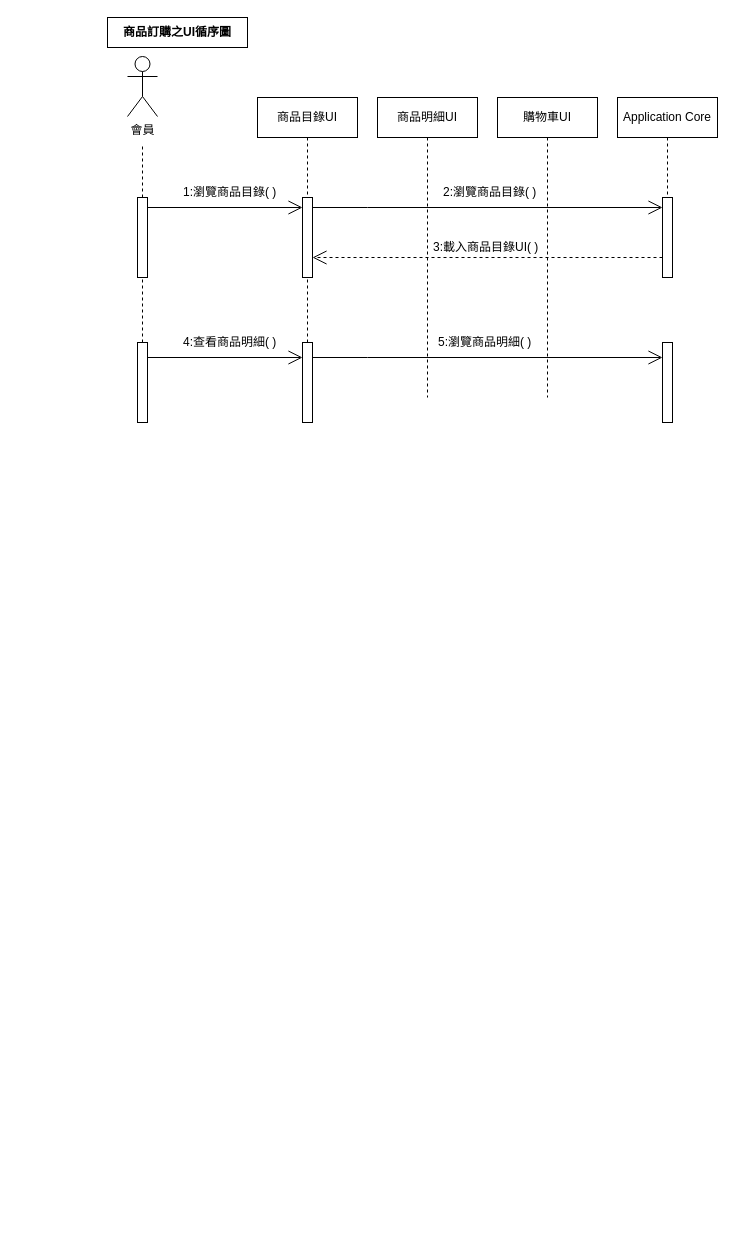
The draw.io diagram 未命名绘图.drawio in odcs0320/blog, before the edit. Source tidied: cells renumbered, new cells numbered last; positions are measured from the earlier drawing's top-left corner, leaving out a move shared by most shapes. Both pictures are drawn from the tidied source at 100%, with x=0, y=0 at pixel (107, 17).
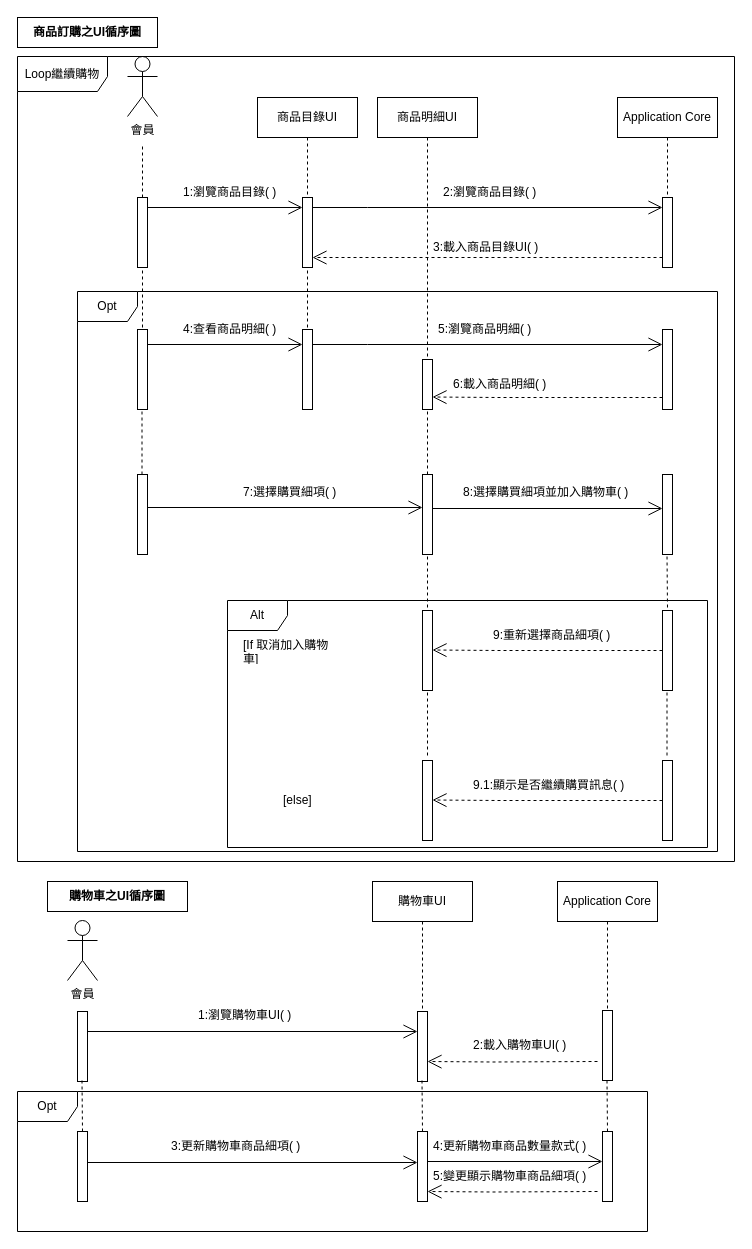
The same page after the edit.

Commit message:
更新未命名绘图.drawio

Diff of the diagram source:
```diff
@@
     <mxCell id="3" value="商品訂購之UI循序圖" style="fontStyle=1;whiteSpace=wrap;html=1;" parent="1" vertex="1">
-      <mxGeometry width="140" height="30" as="geometry" />
+      <mxGeometry x="-90" width="140" height="30" as="geometry" />
     </mxCell>
     <mxCell id="4" style="html=1;points=[];perimeter=orthogonalPerimeter;outlineConnect=0;targetShapes=umlLifeline;portConstraint=eastwest;newEdgeStyle={&quot;edgeStyle&quot;:&quot;elbowEdgeStyle&quot;,&quot;elbow&quot;:&quot;vertical&quot;,&quot;curved&quot;:0,&quot;rounded&quot;:0};" parent="1" vertex="1">
-      <mxGeometry x="30" y="180" width="10" height="80" as="geometry" />
+      <mxGeometry x="30" y="180" width="10" height="70" as="geometry" />
     </mxCell>
@@
     <mxCell id="9" value="商品明細UI" style="shape=umlLifeline;perimeter=lifelinePerimeter;whiteSpace=wrap;html=1;newEdgeStyle={&quot;edgeStyle&quot;:&quot;elbowEdgeStyle&quot;,&quot;elbow&quot;:&quot;vertical&quot;,&quot;curved&quot;:0,&quot;rounded&quot;:0};" parent="1" vertex="1">
-      <mxGeometry x="270" y="80" width="100" height="300" as="geometry" />
+      <mxGeometry x="270" y="80" width="100" height="260" as="geometry" />
     </mxCell>
-    <mxCell id="10" value="購物車UI" style="shape=umlLifeline;perimeter=lifelinePerimeter;whiteSpace=wrap;html=1;newEdgeStyle={&quot;edgeStyle&quot;:&quot;elbowEdgeStyle&quot;,&quot;elbow&quot;:&quot;vertical&quot;,&quot;curved&quot;:0,&quot;rounded&quot;:0};" parent="1" vertex="1">
-      <mxGeometry x="390" y="80" width="100" height="300" as="geometry" />
-    </mxCell>
@@
     <mxCell id="12" style="html=1;points=[];perimeter=orthogonalPerimeter;outlineConnect=0;targetShapes=umlLifeline;portConstraint=eastwest;newEdgeStyle={&quot;edgeStyle&quot;:&quot;elbowEdgeStyle&quot;,&quot;elbow&quot;:&quot;vertical&quot;,&quot;curved&quot;:0,&quot;rounded&quot;:0};" parent="1" vertex="1">
-      <mxGeometry x="195" y="180" width="10" height="80" as="geometry" />
+      <mxGeometry x="195" y="180" width="10" height="70" as="geometry" />
     </mxCell>
     <mxCell id="13" style="html=1;points=[];perimeter=orthogonalPerimeter;outlineConnect=0;targetShapes=umlLifeline;portConstraint=eastwest;newEdgeStyle={&quot;edgeStyle&quot;:&quot;elbowEdgeStyle&quot;,&quot;elbow&quot;:&quot;vertical&quot;,&quot;curved&quot;:0,&quot;rounded&quot;:0};" parent="1" vertex="1">
-      <mxGeometry x="555" y="180" width="10" height="80" as="geometry" />
+      <mxGeometry x="555" y="180" width="10" height="70" as="geometry" />
     </mxCell>
@@
     <mxCell id="18" style="html=1;points=[];perimeter=orthogonalPerimeter;outlineConnect=0;targetShapes=umlLifeline;portConstraint=eastwest;newEdgeStyle={&quot;edgeStyle&quot;:&quot;elbowEdgeStyle&quot;,&quot;elbow&quot;:&quot;vertical&quot;,&quot;curved&quot;:0,&quot;rounded&quot;:0};direction=west;" parent="1" vertex="1">
-      <mxGeometry x="195" y="325" width="10" height="80" as="geometry" />
+      <mxGeometry x="195" y="312" width="10" height="80" as="geometry" />
     </mxCell>
-    <mxCell id="19" style="html=1;verticalAlign=bottom;startArrow=none;endArrow=none;dashed=1;rounded=0;" parent="1" edge="1" source="18" target="12">
-      <mxGeometry relative="1" as="geometry" />
+    <mxCell id="19" style="html=1;verticalAlign=bottom;startArrow=none;endArrow=none;dashed=1;rounded=0;" parent="1" edge="1" target="12">
+      <mxGeometry relative="1" as="geometry">
+        <mxPoint x="200" y="310" as="sourcePoint" />
+      </mxGeometry>
     </mxCell>
     <mxCell id="20" style="html=1;perimeter=orthogonalPerimeter;targetShapes=umlLifeline;newEdgeStyle={&quot;edgeStyle&quot;:&quot;elbowEdgeStyle&quot;,&quot;elbow&quot;:&quot;vertical&quot;,&quot;curved&quot;:0,&quot;rounded&quot;:0};" parent="1" vertex="1">
-      <mxGeometry x="30" y="325" width="10" height="80" as="geometry" />
+      <mxGeometry x="30" y="312" width="10" height="80" as="geometry" />
     </mxCell>
     <mxCell id="21" style="html=1;verticalAlign=bottom;startArrow=none;endArrow=none;dashed=1;rounded=0;" parent="1" edge="1" target="4">
       <mxGeometry relative="1" as="geometry">
-        <mxPoint x="35" y="325" as="sourcePoint" />
+        <mxPoint x="35" y="310" as="sourcePoint" />
       </mxGeometry>
     </mxCell>
     <mxCell id="22" style="endArrow=open;endFill=1;endSize=12;html=1;rounded=0;" parent="1" edge="1">
       <mxGeometry relative="1" as="geometry">
-        <mxPoint x="40" y="340" as="sourcePoint" />
-        <mxPoint x="195" y="340" as="targetPoint" />
+        <mxPoint x="40" y="327" as="sourcePoint" />
+        <mxPoint x="195" y="327" as="targetPoint" />
       </mxGeometry>
     </mxCell>
     <mxCell id="23" value="4:查看商品明細( )" style="text;strokeColor=none;fillColor=none;align=left;verticalAlign=middle;spacingLeft=4;spacingRight=4;overflow=hidden;whiteSpace=wrap;html=1;" parent="1" vertex="1">
-      <mxGeometry x="70" y="310" width="110" height="30" as="geometry" />
+      <mxGeometry x="70" y="297" width="110" height="30" as="geometry" />
     </mxCell>
     <mxCell id="24" style="html=1;perimeter=orthogonalPerimeter;targetShapes=umlLifeline;newEdgeStyle={&quot;edgeStyle&quot;:&quot;elbowEdgeStyle&quot;,&quot;elbow&quot;:&quot;vertical&quot;,&quot;curved&quot;:0,&quot;rounded&quot;:0};" parent="1" vertex="1">
-      <mxGeometry x="555" y="325" width="10" height="80" as="geometry" />
+      <mxGeometry x="555" y="312" width="10" height="80" as="geometry" />
     </mxCell>
     <mxCell id="25" style="endArrow=open;endFill=1;endSize=12;html=1;rounded=0;" parent="1" edge="1">
       <mxGeometry relative="1" as="geometry">
-        <mxPoint x="205" y="340" as="sourcePoint" />
-        <mxPoint x="555" y="340" as="targetPoint" />
+        <mxPoint x="205" y="327" as="sourcePoint" />
+        <mxPoint x="555" y="327" as="targetPoint" />
         <Array as="points">
-          <mxPoint x="260" y="340" />
+          <mxPoint x="260" y="327" />
         </Array>
       </mxGeometry>
     </mxCell>
     <mxCell id="26" value="5:瀏覽商品明細( )" style="text;strokeColor=none;fillColor=none;align=left;verticalAlign=middle;spacingLeft=4;spacingRight=4;overflow=hidden;whiteSpace=wrap;html=1;" parent="1" vertex="1">
-      <mxGeometry x="325" y="310" width="110" height="30" as="geometry" />
+      <mxGeometry x="325" y="297" width="110" height="30" as="geometry" />
     </mxCell>
+    <mxCell id="27" style="html=1;perimeter=orthogonalPerimeter;targetShapes=umlLifeline;newEdgeStyle={&quot;edgeStyle&quot;:&quot;elbowEdgeStyle&quot;,&quot;elbow&quot;:&quot;vertical&quot;,&quot;curved&quot;:0,&quot;rounded&quot;:0};direction=west;" parent="1" vertex="1">
+      <mxGeometry x="315" y="342" width="10" height="50" as="geometry" />
+    </mxCell>
+    <mxCell id="28" style="endArrow=open;endFill=1;endSize=12;html=1;rounded=0;dashed=1;" parent="1" edge="1">
+      <mxGeometry relative="1" as="geometry">
+        <mxPoint x="555" y="380" as="sourcePoint" />
+        <mxPoint x="325" y="379.5" as="targetPoint" />
+        <Array as="points">
+          <mxPoint x="390" y="380" />
+        </Array>
+      </mxGeometry>
+    </mxCell>
+    <mxCell id="29" value="6:載入商品明細( )" style="text;strokeColor=none;fillColor=none;align=left;verticalAlign=middle;spacingLeft=4;spacingRight=4;overflow=hidden;whiteSpace=wrap;html=1;" parent="1" vertex="1">
+      <mxGeometry x="340" y="352" width="110" height="30" as="geometry" />
+    </mxCell>
+    <mxCell id="30" style="html=1;perimeter=orthogonalPerimeter;targetShapes=umlLifeline;newEdgeStyle={&quot;edgeStyle&quot;:&quot;elbowEdgeStyle&quot;,&quot;elbow&quot;:&quot;vertical&quot;,&quot;curved&quot;:0,&quot;rounded&quot;:0};" parent="1" vertex="1">
+      <mxGeometry x="30" y="457" width="10" height="80" as="geometry" />
+    </mxCell>
+    <mxCell id="31" style="html=1;verticalAlign=bottom;startArrow=none;endArrow=none;dashed=1;rounded=0;" parent="1" edge="1">
+      <mxGeometry relative="1" as="geometry">
+        <mxPoint x="34.5" y="457" as="sourcePoint" />
+        <mxPoint x="34.5" y="392" as="targetPoint" />
+      </mxGeometry>
+    </mxCell>
+    <mxCell id="32" style="html=1;perimeter=orthogonalPerimeter;targetShapes=umlLifeline;newEdgeStyle={&quot;edgeStyle&quot;:&quot;elbowEdgeStyle&quot;,&quot;elbow&quot;:&quot;vertical&quot;,&quot;curved&quot;:0,&quot;rounded&quot;:0};" parent="1" vertex="1">
+      <mxGeometry x="315" y="457" width="10" height="80" as="geometry" />
+    </mxCell>
+    <mxCell id="33" style="html=1;verticalAlign=bottom;startArrow=none;endArrow=none;dashed=1;rounded=0;" parent="1" edge="1">
+      <mxGeometry relative="1" as="geometry">
+        <mxPoint x="320" y="457" as="sourcePoint" />
+        <mxPoint x="320" y="392" as="targetPoint" />
+      </mxGeometry>
+    </mxCell>
+    <mxCell id="34" style="html=1;perimeter=orthogonalPerimeter;targetShapes=umlLifeline;newEdgeStyle={&quot;edgeStyle&quot;:&quot;elbowEdgeStyle&quot;,&quot;elbow&quot;:&quot;vertical&quot;,&quot;curved&quot;:0,&quot;rounded&quot;:0};" parent="1" vertex="1">
+      <mxGeometry x="555" y="457" width="10" height="80" as="geometry" />
+    </mxCell>
+    <mxCell id="35" style="endArrow=open;endFill=1;endSize=12;html=1;rounded=0;" parent="1" edge="1">
+      <mxGeometry relative="1" as="geometry">
+        <mxPoint x="40" y="490" as="sourcePoint" />
+        <mxPoint x="315" y="490" as="targetPoint" />
+      </mxGeometry>
+    </mxCell>
+    <mxCell id="36" style="endArrow=open;endFill=1;endSize=12;html=1;rounded=0;" parent="1" edge="1">
+      <mxGeometry relative="1" as="geometry">
+        <mxPoint x="325" y="491" as="sourcePoint" />
+        <mxPoint x="555" y="491" as="targetPoint" />
+      </mxGeometry>
+    </mxCell>
+    <mxCell id="37" value="7:選擇購買細項( )" style="text;strokeColor=none;fillColor=none;align=left;verticalAlign=middle;spacingLeft=4;spacingRight=4;overflow=hidden;whiteSpace=wrap;html=1;" parent="1" vertex="1">
+      <mxGeometry x="130" y="460" width="110" height="30" as="geometry" />
+    </mxCell>
+    <mxCell id="38" value="8:選擇購買細項並加入購物車( )" style="text;strokeColor=none;fillColor=none;align=left;verticalAlign=middle;spacingLeft=4;spacingRight=4;overflow=hidden;whiteSpace=wrap;html=1;" parent="1" vertex="1">
+      <mxGeometry x="350" y="460" width="180" height="30" as="geometry" />
+    </mxCell>
+    <mxCell id="39" style="html=1;perimeter=orthogonalPerimeter;targetShapes=umlLifeline;newEdgeStyle={&quot;edgeStyle&quot;:&quot;elbowEdgeStyle&quot;,&quot;elbow&quot;:&quot;vertical&quot;,&quot;curved&quot;:0,&quot;rounded&quot;:0};" parent="1" vertex="1">
+      <mxGeometry x="555" y="593" width="10" height="80" as="geometry" />
+    </mxCell>
+    <mxCell id="40" style="html=1;perimeter=orthogonalPerimeter;targetShapes=umlLifeline;newEdgeStyle={&quot;edgeStyle&quot;:&quot;elbowEdgeStyle&quot;,&quot;elbow&quot;:&quot;vertical&quot;,&quot;curved&quot;:0,&quot;rounded&quot;:0};" parent="1" vertex="1">
+      <mxGeometry x="315" y="593" width="10" height="80" as="geometry" />
+    </mxCell>
+    <mxCell id="41" style="html=1;verticalAlign=bottom;startArrow=none;endArrow=none;dashed=1;rounded=0;" parent="1" edge="1">
+      <mxGeometry relative="1" as="geometry">
+        <mxPoint x="560" y="590" as="sourcePoint" />
+        <mxPoint x="559.5" y="537" as="targetPoint" />
+      </mxGeometry>
+    </mxCell>
+    <mxCell id="42" style="html=1;verticalAlign=bottom;startArrow=none;endArrow=none;dashed=1;rounded=0;" parent="1" edge="1">
+      <mxGeometry relative="1" as="geometry">
+        <mxPoint x="320" y="590" as="sourcePoint" />
+        <mxPoint x="320" y="537" as="targetPoint" />
+      </mxGeometry>
+    </mxCell>
+    <mxCell id="43" value="[If 取消加入購物車]" style="text;strokeColor=none;fillColor=none;align=left;verticalAlign=middle;spacingLeft=4;spacingRight=4;overflow=hidden;whiteSpace=wrap;html=1;" parent="1" vertex="1">
+      <mxGeometry x="130" y="618" width="110" height="30" as="geometry" />
+    </mxCell>
+    <mxCell id="44" style="endArrow=open;endFill=1;endSize=12;html=1;rounded=0;dashed=1;" parent="1" edge="1">
+      <mxGeometry relative="1" as="geometry">
+        <mxPoint x="555" y="633" as="sourcePoint" />
+        <mxPoint x="325" y="632.5" as="targetPoint" />
+        <Array as="points">
+          <mxPoint x="390" y="633" />
+        </Array>
+      </mxGeometry>
+    </mxCell>
+    <mxCell id="45" value="9:重新選擇商品細項( )" style="text;strokeColor=none;fillColor=none;align=left;verticalAlign=middle;spacingLeft=4;spacingRight=4;overflow=hidden;whiteSpace=wrap;html=1;" parent="1" vertex="1">
+      <mxGeometry x="380" y="603" width="130" height="30" as="geometry" />
+    </mxCell>
+    <mxCell id="46" style="html=1;perimeter=orthogonalPerimeter;targetShapes=umlLifeline;newEdgeStyle={&quot;edgeStyle&quot;:&quot;elbowEdgeStyle&quot;,&quot;elbow&quot;:&quot;vertical&quot;,&quot;curved&quot;:0,&quot;rounded&quot;:0};" parent="1" vertex="1">
+      <mxGeometry x="555" y="743" width="10" height="80" as="geometry" />
+    </mxCell>
+    <mxCell id="47" style="html=1;perimeter=orthogonalPerimeter;targetShapes=umlLifeline;newEdgeStyle={&quot;edgeStyle&quot;:&quot;elbowEdgeStyle&quot;,&quot;elbow&quot;:&quot;vertical&quot;,&quot;curved&quot;:0,&quot;rounded&quot;:0};" parent="1" vertex="1">
+      <mxGeometry x="315" y="743" width="10" height="80" as="geometry" />
+    </mxCell>
+    <mxCell id="48" style="html=1;verticalAlign=bottom;startArrow=none;endArrow=none;dashed=1;rounded=0;" parent="1" edge="1">
+      <mxGeometry relative="1" as="geometry">
+        <mxPoint x="559.5" y="738" as="sourcePoint" />
+        <mxPoint x="559.5" y="673" as="targetPoint" />
+      </mxGeometry>
+    </mxCell>
+    <mxCell id="49" style="html=1;verticalAlign=bottom;startArrow=none;endArrow=none;dashed=1;rounded=0;" parent="1" edge="1">
+      <mxGeometry relative="1" as="geometry">
+        <mxPoint x="320" y="738" as="sourcePoint" />
+        <mxPoint x="320" y="673" as="targetPoint" />
+      </mxGeometry>
+    </mxCell>
+    <mxCell id="50" value="[else]" style="text;strokeColor=none;fillColor=none;align=left;verticalAlign=middle;spacingLeft=4;spacingRight=4;overflow=hidden;whiteSpace=wrap;html=1;" parent="1" vertex="1">
+      <mxGeometry x="170" y="768" width="40" height="30" as="geometry" />
+    </mxCell>
+    <mxCell id="51" style="endArrow=open;endFill=1;endSize=12;html=1;rounded=0;dashed=1;" parent="1" edge="1">
+      <mxGeometry relative="1" as="geometry">
+        <mxPoint x="555" y="783" as="sourcePoint" />
+        <mxPoint x="325" y="782.5" as="targetPoint" />
+        <Array as="points">
+          <mxPoint x="390" y="783" />
+        </Array>
+      </mxGeometry>
+    </mxCell>
+    <mxCell id="52" value="9.1:顯示是否繼續購買訊息( )" style="text;strokeColor=none;fillColor=none;align=left;verticalAlign=middle;spacingLeft=4;spacingRight=4;overflow=hidden;whiteSpace=wrap;html=1;" parent="1" vertex="1">
+      <mxGeometry x="360" y="753" width="170" height="30" as="geometry" />
+    </mxCell>
+    <mxCell id="53" value="會員" style="shape=umlActor;verticalLabelPosition=bottom;verticalAlign=top;html=1;" parent="1" vertex="1">
+      <mxGeometry x="-40" y="903" width="30" height="60" as="geometry" />
+    </mxCell>
+    <mxCell id="54" value="購物車之UI循序圖" style="fontStyle=1;whiteSpace=wrap;html=1;" parent="1" vertex="1">
+      <mxGeometry x="-60" y="864" width="140" height="30" as="geometry" />
+    </mxCell>
+    <mxCell id="10" value="購物車UI" style="shape=umlLifeline;perimeter=lifelinePerimeter;whiteSpace=wrap;html=1;newEdgeStyle={&quot;edgeStyle&quot;:&quot;elbowEdgeStyle&quot;,&quot;elbow&quot;:&quot;vertical&quot;,&quot;curved&quot;:0,&quot;rounded&quot;:0};" parent="1" vertex="1">
+      <mxGeometry x="265" y="864" width="100" height="130" as="geometry" />
+    </mxCell>
+    <mxCell id="55" style="html=1;perimeter=orthogonalPerimeter;targetShapes=umlLifeline;newEdgeStyle={&quot;edgeStyle&quot;:&quot;elbowEdgeStyle&quot;,&quot;elbow&quot;:&quot;vertical&quot;,&quot;curved&quot;:0,&quot;rounded&quot;:0};" parent="1" vertex="1">
+      <mxGeometry x="-30" y="994" width="10" height="70" as="geometry" />
+    </mxCell>
+    <mxCell id="56" value="1:瀏覽購物車UI( )" style="text;strokeColor=none;fillColor=none;align=left;verticalAlign=middle;spacingLeft=4;spacingRight=4;overflow=hidden;whiteSpace=wrap;html=1;" parent="1" vertex="1">
+      <mxGeometry x="85" y="983" width="110" height="30" as="geometry" />
+    </mxCell>
+    <mxCell id="57" value="Application Core" style="shape=umlLifeline;perimeter=lifelinePerimeter;whiteSpace=wrap;html=1;newEdgeStyle={&quot;edgeStyle&quot;:&quot;elbowEdgeStyle&quot;,&quot;elbow&quot;:&quot;vertical&quot;,&quot;curved&quot;:0,&quot;rounded&quot;:0};" parent="1" vertex="1">
+      <mxGeometry x="450" y="864" width="100" height="129" as="geometry" />
+    </mxCell>
+    <mxCell id="58" style="html=1;points=[];perimeter=orthogonalPerimeter;outlineConnect=0;targetShapes=umlLifeline;portConstraint=eastwest;newEdgeStyle={&quot;edgeStyle&quot;:&quot;elbowEdgeStyle&quot;,&quot;elbow&quot;:&quot;vertical&quot;,&quot;curved&quot;:0,&quot;rounded&quot;:0};" parent="1" vertex="1">
+      <mxGeometry x="310" y="994" width="10" height="70" as="geometry" />
+    </mxCell>
+    <mxCell id="59" style="html=1;perimeter=orthogonalPerimeter;targetShapes=umlLifeline;newEdgeStyle={&quot;edgeStyle&quot;:&quot;elbowEdgeStyle&quot;,&quot;elbow&quot;:&quot;vertical&quot;,&quot;curved&quot;:0,&quot;rounded&quot;:0};" parent="1" vertex="1">
+      <mxGeometry x="495" y="993" width="10" height="70" as="geometry" />
+    </mxCell>
+    <mxCell id="60" value="2:載入購物車UI( )" style="text;strokeColor=none;fillColor=none;align=left;verticalAlign=middle;spacingLeft=4;spacingRight=4;overflow=hidden;whiteSpace=wrap;html=1;" parent="1" vertex="1">
+      <mxGeometry x="360" y="1013" width="110" height="30" as="geometry" />
+    </mxCell>
+    <mxCell id="61" style="endArrow=open;endFill=1;endSize=12;html=1;rounded=0;entryX=0;entryY=0.286;entryDx=0;entryDy=0;entryPerimeter=0;" parent="1" edge="1" target="58">
+      <mxGeometry relative="1" as="geometry">
+        <mxPoint x="-20" y="1014" as="sourcePoint" />
+      </mxGeometry>
+    </mxCell>
+    <mxCell id="62" style="endArrow=open;endFill=1;endSize=12;html=1;rounded=0;dashed=1;" parent="1" edge="1">
+      <mxGeometry relative="1" as="geometry">
+        <mxPoint x="490" y="1044" as="sourcePoint" />
+        <mxPoint x="320" y="1044" as="targetPoint" />
+        <Array as="points">
+          <mxPoint x="385" y="1044.5" />
+        </Array>
+      </mxGeometry>
+    </mxCell>
+    <mxCell id="63" style="html=1;perimeter=orthogonalPerimeter;targetShapes=umlLifeline;newEdgeStyle={&quot;edgeStyle&quot;:&quot;elbowEdgeStyle&quot;,&quot;elbow&quot;:&quot;vertical&quot;,&quot;curved&quot;:0,&quot;rounded&quot;:0};" parent="1" vertex="1">
+      <mxGeometry x="-30" y="1114" width="10" height="70" as="geometry" />
+    </mxCell>
+    <mxCell id="64" style="html=1;points=[];perimeter=orthogonalPerimeter;outlineConnect=0;targetShapes=umlLifeline;portConstraint=eastwest;newEdgeStyle={&quot;edgeStyle&quot;:&quot;elbowEdgeStyle&quot;,&quot;elbow&quot;:&quot;vertical&quot;,&quot;curved&quot;:0,&quot;rounded&quot;:0};" parent="1" vertex="1">
+      <mxGeometry x="310" y="1114" width="10" height="70" as="geometry" />
+    </mxCell>
+    <mxCell id="65" style="html=1;perimeter=orthogonalPerimeter;targetShapes=umlLifeline;newEdgeStyle={&quot;edgeStyle&quot;:&quot;elbowEdgeStyle&quot;,&quot;elbow&quot;:&quot;vertical&quot;,&quot;curved&quot;:0,&quot;rounded&quot;:0};" parent="1" vertex="1">
+      <mxGeometry x="495" y="1114" width="10" height="70" as="geometry" />
+    </mxCell>
+    <mxCell id="66" value="3:更新購物車商品細項( )" style="text;strokeColor=none;fillColor=none;align=left;verticalAlign=middle;spacingLeft=4;spacingRight=4;overflow=hidden;whiteSpace=wrap;html=1;" parent="1" vertex="1">
+      <mxGeometry x="57.5" y="1114" width="145" height="30" as="geometry" />
+    </mxCell>
+    <mxCell id="67" style="endArrow=open;endFill=1;endSize=12;html=1;rounded=0;entryX=0;entryY=0.286;entryDx=0;entryDy=0;entryPerimeter=0;" parent="1" edge="1">
+      <mxGeometry relative="1" as="geometry">
+        <mxPoint x="-20" y="1145" as="sourcePoint" />
+        <mxPoint x="310" y="1145" as="targetPoint" />
+      </mxGeometry>
+    </mxCell>
+    <mxCell id="68" style="endArrow=open;endFill=1;endSize=12;html=1;rounded=0;entryX=0;entryY=0.286;entryDx=0;entryDy=0;entryPerimeter=0;" parent="1" edge="1" source="64">
+      <mxGeometry relative="1" as="geometry">
+        <mxPoint x="495" y="1144" as="targetPoint" />
+      </mxGeometry>
+    </mxCell>
+    <mxCell id="69" style="endArrow=open;endFill=1;endSize=12;html=1;rounded=0;dashed=1;" parent="1" edge="1">
+      <mxGeometry relative="1" as="geometry">
+        <mxPoint x="490" y="1174" as="sourcePoint" />
+        <mxPoint x="320" y="1174" as="targetPoint" />
+        <Array as="points">
+          <mxPoint x="385" y="1174.5" />
+        </Array>
+      </mxGeometry>
+    </mxCell>
+    <mxCell id="70" value="4:更新購物車商品數量款式( )" style="text;strokeColor=none;fillColor=none;align=left;verticalAlign=middle;spacingLeft=4;spacingRight=4;overflow=hidden;whiteSpace=wrap;html=1;" parent="1" vertex="1">
+      <mxGeometry x="320" y="1114" width="170" height="30" as="geometry" />
+    </mxCell>
+    <mxCell id="71" value="5:變更顯示購物車商品細項( )" style="text;strokeColor=none;fillColor=none;align=left;verticalAlign=middle;spacingLeft=4;spacingRight=4;overflow=hidden;whiteSpace=wrap;html=1;" parent="1" vertex="1">
+      <mxGeometry x="320" y="1144" width="170" height="30" as="geometry" />
+    </mxCell>
+    <mxCell id="72" style="html=1;verticalAlign=bottom;startArrow=none;endArrow=none;dashed=1;rounded=0;" parent="1" edge="1">
+      <mxGeometry relative="1" as="geometry">
+        <mxPoint x="315" y="1114" as="sourcePoint" />
+        <mxPoint x="314.5" y="1063" as="targetPoint" />
+      </mxGeometry>
+    </mxCell>
+    <mxCell id="73" style="html=1;verticalAlign=bottom;startArrow=none;endArrow=none;dashed=1;rounded=0;" parent="1" edge="1">
+      <mxGeometry relative="1" as="geometry">
+        <mxPoint x="500" y="1114" as="sourcePoint" />
+        <mxPoint x="499.5" y="1063" as="targetPoint" />
+      </mxGeometry>
+    </mxCell>
+    <mxCell id="74" style="html=1;verticalAlign=bottom;startArrow=none;endArrow=none;dashed=1;rounded=0;" parent="1" edge="1">
+      <mxGeometry relative="1" as="geometry">
+        <mxPoint x="-25" y="1114" as="sourcePoint" />
+        <mxPoint x="-25.5" y="1063" as="targetPoint" />
+      </mxGeometry>
+    </mxCell>
+    <mxCell id="75" value="Alt" style="shape=umlFrame;whiteSpace=wrap;html=1;" parent="1" vertex="1">
+      <mxGeometry x="120" y="583" width="480" height="247" as="geometry" />
+    </mxCell>
+    <mxCell id="76" value="Opt" style="shape=umlFrame;whiteSpace=wrap;html=1;" parent="1" vertex="1">
+      <mxGeometry x="-30" y="274" width="640" height="560" as="geometry" />
+    </mxCell>
+    <mxCell id="77" value="Loop繼續購物" style="shape=umlFrame;whiteSpace=wrap;html=1;width=90;height=35;" parent="1" vertex="1">
+      <mxGeometry x="-90" y="39" width="717" height="805" as="geometry" />
+    </mxCell>
+    <mxCell id="78" value="Opt" style="shape=umlFrame;whiteSpace=wrap;html=1;" parent="1" vertex="1">
+      <mxGeometry x="-90" y="1074" width="630" height="140" as="geometry" />
+    </mxCell>
```
